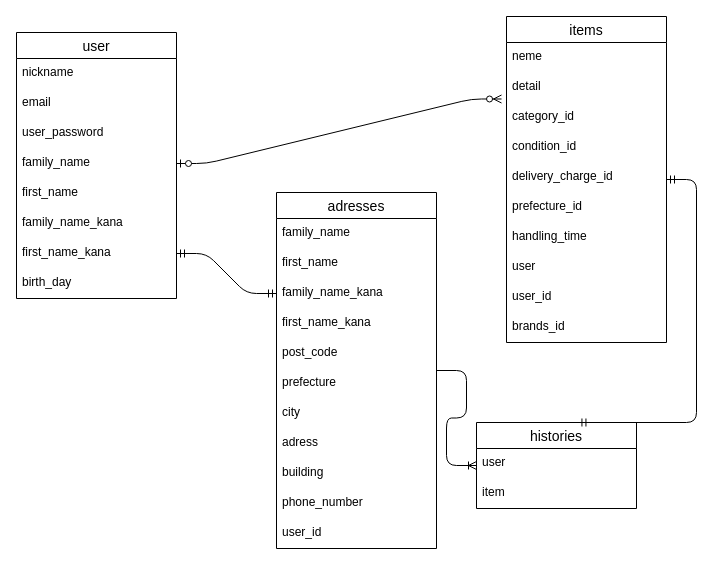
Above: ER.dio in miyo0000/furima-38917 (draw.io), before the change. Source tidied: cells renumbered, new cells numbered last; positions are measured from the earlier drawing's top-left corner, leaving out a move shared by most shapes. Both pictures are drawn from the tidied source at 100%, with x=0, y=0 at pixel (16, 16).
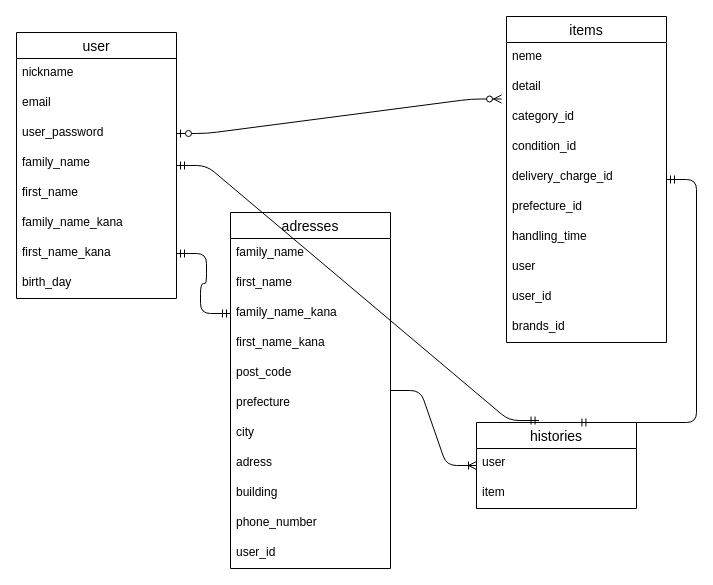
After the change.

Unchanged cells that the change refers to:
```xml
<mxCell id="2" value="user" style="swimlane;fontStyle=0;horizontal=1;startSize=26;align=center;fontSize=14;" parent="1" vertex="1">
  <mxGeometry y="16" width="160" height="266" as="geometry" />
</mxCell>
<mxCell id="5" value="user_password" style="text;strokeColor=none;fillColor=none;spacingLeft=4;spacingRight=4;overflow=hidden;points=[[0,0.5],[1,0.5]];portConstraint=eastwest;fontSize=12;" parent="2" vertex="1">
  <mxGeometry y="86" width="160" height="30" as="geometry" />
</mxCell>
<mxCell id="6" value="family_name" style="text;strokeColor=none;fillColor=none;spacingLeft=4;spacingRight=4;overflow=hidden;points=[[0,0.5],[1,0.5]];portConstraint=eastwest;fontSize=12;" parent="2" vertex="1">
  <mxGeometry y="116" width="160" height="30" as="geometry" />
</mxCell>
<mxCell id="13" value="detail" style="text;strokeColor=none;fillColor=none;spacingLeft=4;spacingRight=4;overflow=hidden;points=[[0,0.5],[1,0.5]];portConstraint=eastwest;fontSize=12;" parent="11" vertex="1">
  <mxGeometry y="56" width="160" height="30" as="geometry" />
</mxCell>
<mxCell id="24" value="histories" style="swimlane;fontStyle=0;horizontal=1;startSize=26;align=center;fontSize=14;" parent="1" vertex="1">
  <mxGeometry x="460" y="406" width="160" height="86" as="geometry" />
</mxCell>
```

What changed in the source:
```diff
@@
-    <mxCell id="22" style="edgeStyle=entityRelationEdgeStyle;fontSize=12;html=1;endArrow=ERzeroToMany;startArrow=ERzeroToOne;entryX=-0.031;entryY=0.883;entryDx=0;entryDy=0;entryPerimeter=0;exitX=1;exitY=0.5;exitDx=0;exitDy=0;" parent="1" edge="1" source="6" target="13">
+    <mxCell id="22" style="edgeStyle=entityRelationEdgeStyle;fontSize=12;html=1;endArrow=ERzeroToMany;startArrow=ERzeroToOne;entryX=-0.031;entryY=0.883;entryDx=0;entryDy=0;entryPerimeter=0;exitX=1;exitY=0.5;exitDx=0;exitDy=0;" parent="1" edge="1" source="5" target="13">
       <mxGeometry relative="1" as="geometry" />
     </mxCell>
@@
     <mxCell id="29" value="adresses" style="swimlane;fontStyle=0;horizontal=1;startSize=26;align=center;fontSize=14;" parent="1" vertex="1">
-      <mxGeometry x="260" y="176" width="160" height="356" as="geometry" />
+      <mxGeometry x="214" y="196" width="160" height="356" as="geometry" />
     </mxCell>
@@
+    <mxCell id="41" style="edgeStyle=entityRelationEdgeStyle;fontSize=12;html=1;endArrow=ERmandOne;startArrow=ERmandOne;entryX=0.391;entryY=-0.023;entryDx=0;entryDy=0;entryPerimeter=0;" parent="1" edge="1" source="2" target="24">
+      <mxGeometry relative="1" as="geometry" />
+    </mxCell>
```
